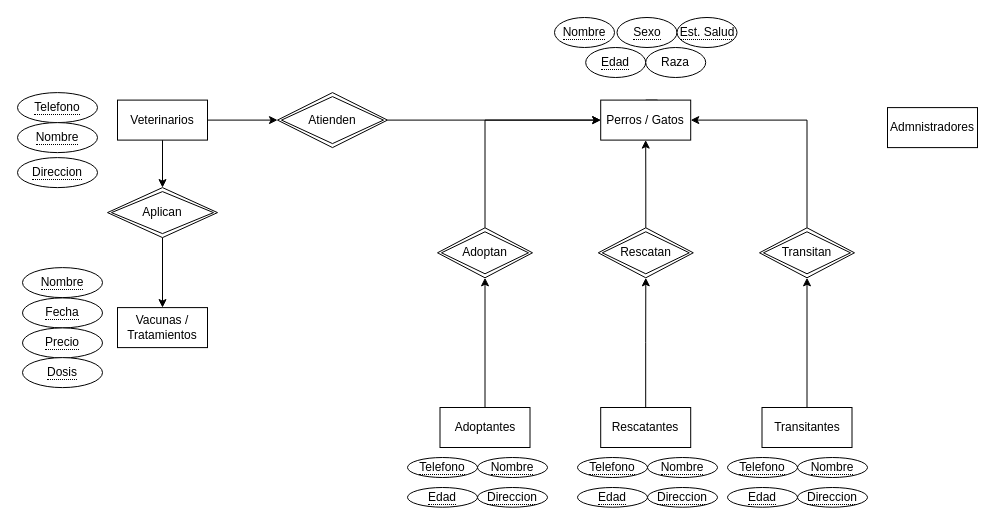
This is Diagrama sin título.drawio from Dfrugone/ITFS-4, a draw.io file, before an edit. Source tidied: cells renumbered, new cells numbered last; positions are measured from the earlier drawing's top-left corner, leaving out a move shared by most shapes. Both pictures are drawn from the tidied source at 100%, with x=0, y=0 at pixel (17, 17).
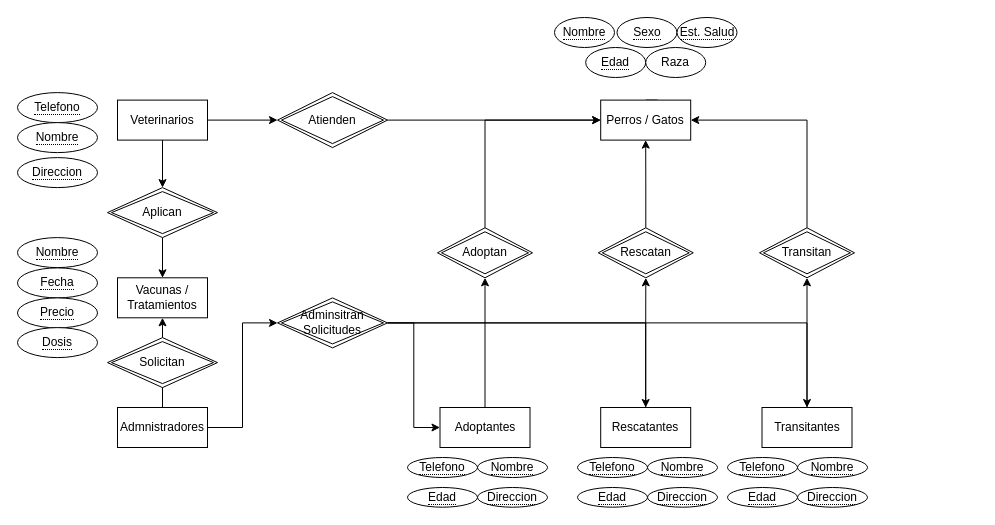
The same page after the edit.

Unchanged cells that the change refers to:
```xml
<mxCell id="30" value="Adoptantes" style="rounded=0;whiteSpace=wrap;html=1;" parent="1" vertex="1">
  <mxGeometry x="422.5" y="390" width="90" height="40" as="geometry" />
</mxCell>
<mxCell id="32" value="Rescatantes" style="rounded=0;whiteSpace=wrap;html=1;" parent="1" vertex="1">
  <mxGeometry x="583.2" y="390" width="90" height="40" as="geometry" />
</mxCell>
<mxCell id="36" value="Transitantes" style="rounded=0;whiteSpace=wrap;html=1;" parent="1" vertex="1">
  <mxGeometry x="744.5" y="390" width="90" height="40" as="geometry" />
</mxCell>
```

What changed in the source:
```diff
@@
     <mxCell id="13" value="&lt;span style=&quot;border-bottom: 1px dotted&quot;&gt;Nombre&lt;/span&gt;" style="ellipse;whiteSpace=wrap;html=1;align=center;" parent="1" vertex="1">
-      <mxGeometry x="5" y="250.1" width="80" height="30" as="geometry" />
+      <mxGeometry y="220.1" width="80" height="30" as="geometry" />
     </mxCell>
     <mxCell id="14" value="&lt;span style=&quot;border-bottom: 1px dotted&quot;&gt;Fecha&lt;/span&gt;" style="ellipse;whiteSpace=wrap;html=1;align=center;" parent="1" vertex="1">
-      <mxGeometry x="5" y="280.4" width="80" height="30" as="geometry" />
+      <mxGeometry y="250.4" width="80" height="30" as="geometry" />
     </mxCell>
     <mxCell id="15" value="&lt;span style=&quot;border-bottom: 1px dotted&quot;&gt;Precio&lt;/span&gt;" style="ellipse;whiteSpace=wrap;html=1;align=center;" parent="1" vertex="1">
-      <mxGeometry x="5" y="310.4" width="80" height="30" as="geometry" />
+      <mxGeometry y="280.4" width="80" height="30" as="geometry" />
     </mxCell>
     <mxCell id="16" value="&lt;span style=&quot;border-bottom: 1px dotted&quot;&gt;Dosis&lt;/span&gt;" style="ellipse;whiteSpace=wrap;html=1;align=center;" parent="1" vertex="1">
-      <mxGeometry x="5" y="340.1" width="80" height="30" as="geometry" />
+      <mxGeometry y="310.1" width="80" height="30" as="geometry" />
     </mxCell>
@@
     <mxCell id="26" value="Vacunas / Tratamientos" style="rounded=0;whiteSpace=wrap;html=1;" parent="1" vertex="1">
-      <mxGeometry x="100" y="290.1" width="90" height="40" as="geometry" />
+      <mxGeometry x="100" y="260.3" width="90" height="40" as="geometry" />
     </mxCell>
@@
+    <mxCell id="50" style="edgeStyle=orthogonalEdgeStyle;rounded=0;jettySize=auto;html=1;exitX=1;exitY=0.5;exitDx=0;exitDy=0;entryX=0;entryY=0.5;entryDx=0;entryDy=0;" parent="1" edge="1" source="43" target="55">
+      <mxGeometry relative="1" as="geometry" />
+    </mxCell>
+    <mxCell id="51" style="edgeStyle=orthogonalEdgeStyle;rounded=0;jettySize=auto;html=1;" parent="1" edge="1" source="43" target="26">
+      <mxGeometry relative="1" as="geometry" />
+    </mxCell>
     <mxCell id="43" value="Admnistradores" style="rounded=0;whiteSpace=wrap;html=1;" parent="1" vertex="1">
-      <mxGeometry x="870" y="90.1" width="90" height="40" as="geometry" />
+      <mxGeometry x="100" y="390" width="90" height="40" as="geometry" />
     </mxCell>
@@
+    <mxCell id="52" style="edgeStyle=orthogonalEdgeStyle;rounded=0;jettySize=auto;html=1;exitX=1;exitY=0.5;exitDx=0;exitDy=0;entryX=0;entryY=0.5;entryDx=0;entryDy=0;" parent="1" edge="1" source="55" target="30">
+      <mxGeometry relative="1" as="geometry" />
+    </mxCell>
+    <mxCell id="53" style="edgeStyle=orthogonalEdgeStyle;rounded=0;jettySize=auto;html=1;exitX=1;exitY=0.5;exitDx=0;exitDy=0;" parent="1" edge="1" source="55" target="32">
+      <mxGeometry relative="1" as="geometry" />
+    </mxCell>
+    <mxCell id="54" style="edgeStyle=orthogonalEdgeStyle;rounded=0;jettySize=auto;html=1;exitX=1;exitY=0.5;exitDx=0;exitDy=0;entryX=0.5;entryY=0;entryDx=0;entryDy=0;" parent="1" edge="1" source="55" target="36">
+      <mxGeometry relative="1" as="geometry" />
+    </mxCell>
+    <mxCell id="55" value="Adminsitran Solicitudes" style="shape=rhombus;double=1;perimeter=rhombusPerimeter;whiteSpace=wrap;html=1;align=center;" parent="1" vertex="1">
+      <mxGeometry x="260" y="280.4" width="110" height="50" as="geometry" />
+    </mxCell>
+    <mxCell id="56" value="Solicitan" style="shape=rhombus;double=1;perimeter=rhombusPerimeter;whiteSpace=wrap;html=1;align=center;" parent="1" vertex="1">
+      <mxGeometry x="90" y="320.1" width="110" height="50" as="geometry" />
+    </mxCell>
```
